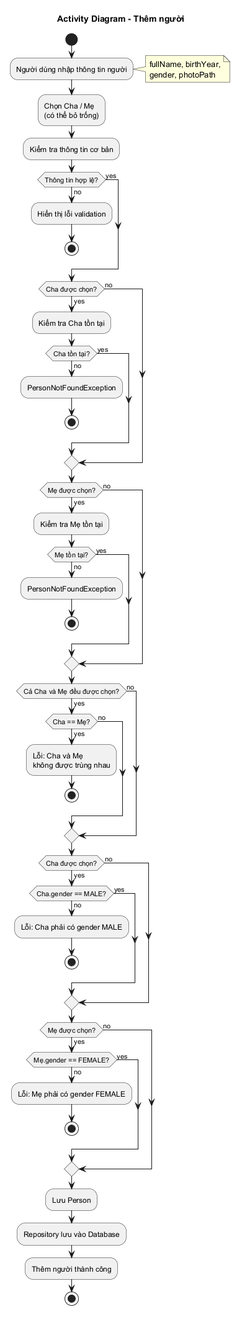
Earlier version of the PlantUML export docs/uml/activity-add-person.png (minhchien170704/do-an-gia-pha).
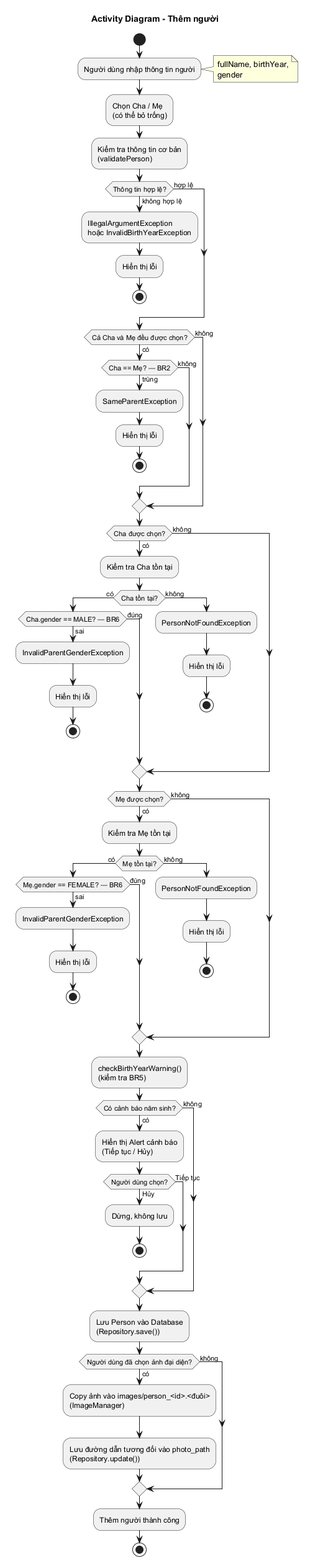
After the commit.

The edit, as a diff of the source:
```diff
@@ -7,68 +7,84 @@
 :Người dùng nhập thông tin người;
 note right
   fullName, birthYear,
-  gender, photoPath
+  gender
 end note
 
 :Chọn Cha / Mẹ\n(có thể bỏ trống);
 
-:Kiểm tra thông tin cơ bản;
+:Kiểm tra thông tin cơ bản\n(validatePerson);
 
-if (Thông tin hợp lệ?) then (yes)
-else (no)
-  :Hiển thị lỗi validation;
+if (Thông tin hợp lệ?) then (hợp lệ)
+else (không hợp lệ)
+  :IllegalArgumentException\nhoặc InvalidBirthYearException;
+  :Hiển thị lỗi;
   stop
 endif
 
-if (Cha được chọn?) then (yes)
+if (Cả Cha và Mẹ đều được chọn?) then (có)
+  if (Cha == Mẹ? — BR2) then (trùng)
+    :SameParentException;
+    :Hiển thị lỗi;
+    stop
+  else (không)
+  endif
+else (không)
+endif
+
+if (Cha được chọn?) then (có)
   :Kiểm tra Cha tồn tại;
-  if (Cha tồn tại?) then (yes)
-  else (no)
+  if (Cha tồn tại?) then (có)
+    if (Cha.gender == MALE? — BR6) then (đúng)
+    else (sai)
+      :InvalidParentGenderException;
+      :Hiển thị lỗi;
+      stop
+    endif
+  else (không)
     :PersonNotFoundException;
+    :Hiển thị lỗi;
     stop
   endif
-else (no)
+else (không)
 endif
 
-if (Mẹ được chọn?) then (yes)
+if (Mẹ được chọn?) then (có)
   :Kiểm tra Mẹ tồn tại;
-  if (Mẹ tồn tại?) then (yes)
-  else (no)
+  if (Mẹ tồn tại?) then (có)
+    if (Mẹ.gender == FEMALE? — BR6) then (đúng)
+    else (sai)
+      :InvalidParentGenderException;
+      :Hiển thị lỗi;
+      stop
+    endif
+  else (không)
     :PersonNotFoundException;
+    :Hiển thị lỗi;
     stop
   endif
-else (no)
+else (không)
 endif
 
-if (Cả Cha và Mẹ đều được chọn?) then (yes)
-  if (Cha == Mẹ?) then (yes)
-    :Lỗi: Cha và Mẹ\nkhông được trùng nhau;
+:checkBirthYearWarning()\n(kiểm tra BR5);
+
+if (Có cảnh báo năm sinh?) then (có)
+  :Hiển thị Alert cảnh báo\n(Tiếp tục / Hủy);
+  if (Người dùng chọn?) then (Hủy)
+    :Dừng, không lưu;
     stop
-  else (no)
+  else (Tiếp tục)
   endif
-else (no)
+else (không)
 endif
 
-if (Cha được chọn?) then (yes)
-  if (Cha.gender == MALE?) then (yes)
-  else (no)
-    :Lỗi: Cha phải có gender MALE;
-    stop
-  endif
-else (no)
+:Lưu Person vào Database\n(Repository.save());
+
+if (Người dùng đã chọn ảnh đại diện?) then (có)
+  :Copy ảnh vào images/person_<id>.<đuôi>\n(ImageManager);
+  :Lưu đường dẫn tương đối vào photo_path\n(Repository.update());
+else (không)
 endif
 
-if (Mẹ được chọn?) then (yes)
-  if (Mẹ.gender == FEMALE?) then (yes)
-  else (no)
-    :Lỗi: Mẹ phải có gender FEMALE;
-    stop
-  endif
-else (no)
-endif
-
-:Lưu Person;
-:Repository lưu vào Database;
 :Thêm người thành công;
 
 stop
```
